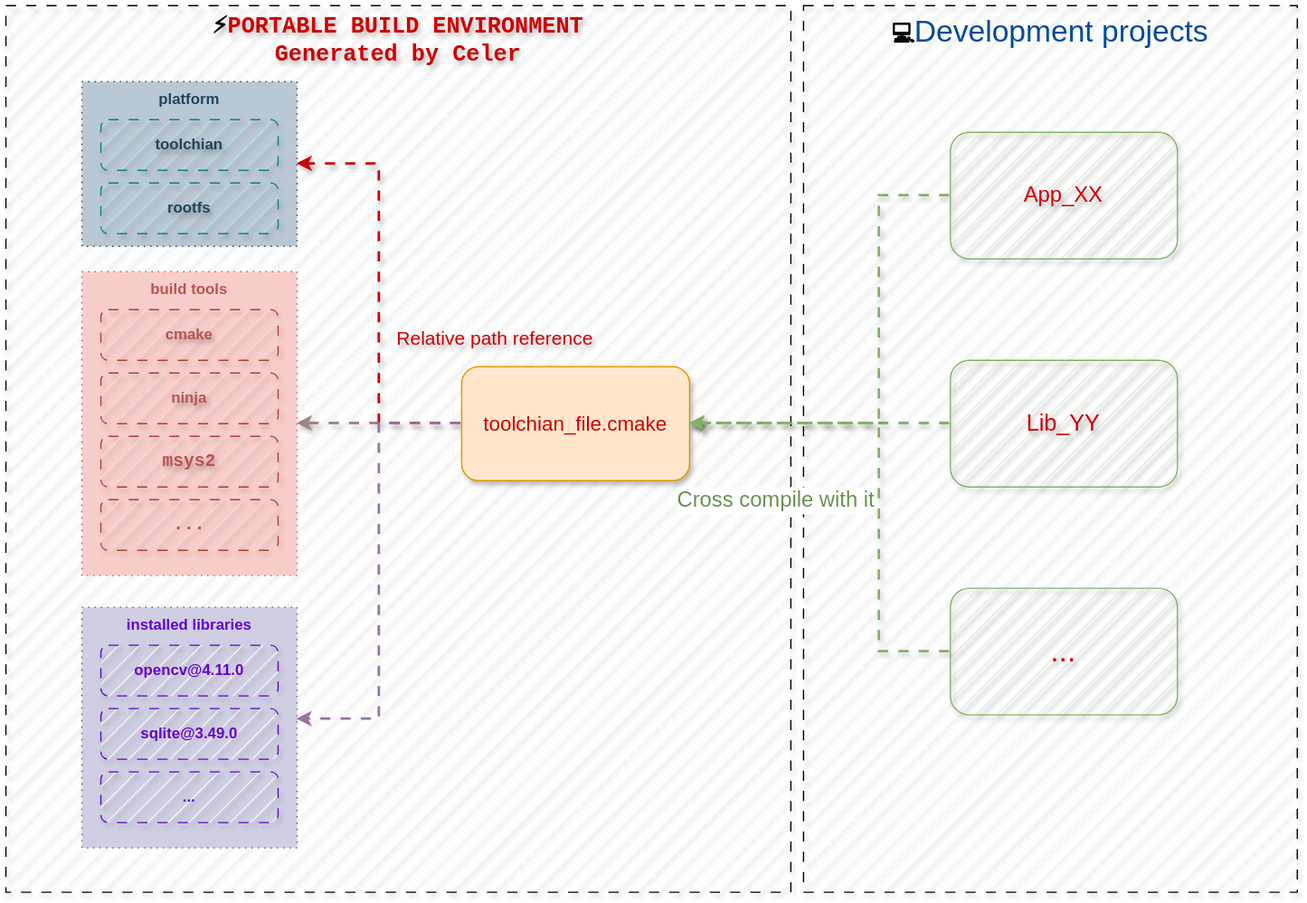
celer-pkg/celer keeps this draw.io diagram as docs/assets/workflow.svg. Above is the earlier version. Source tidied: cells renumbered, new cells last; positions are measured from the earlier drawing's top-left corner, leaving out a move shared by most shapes.
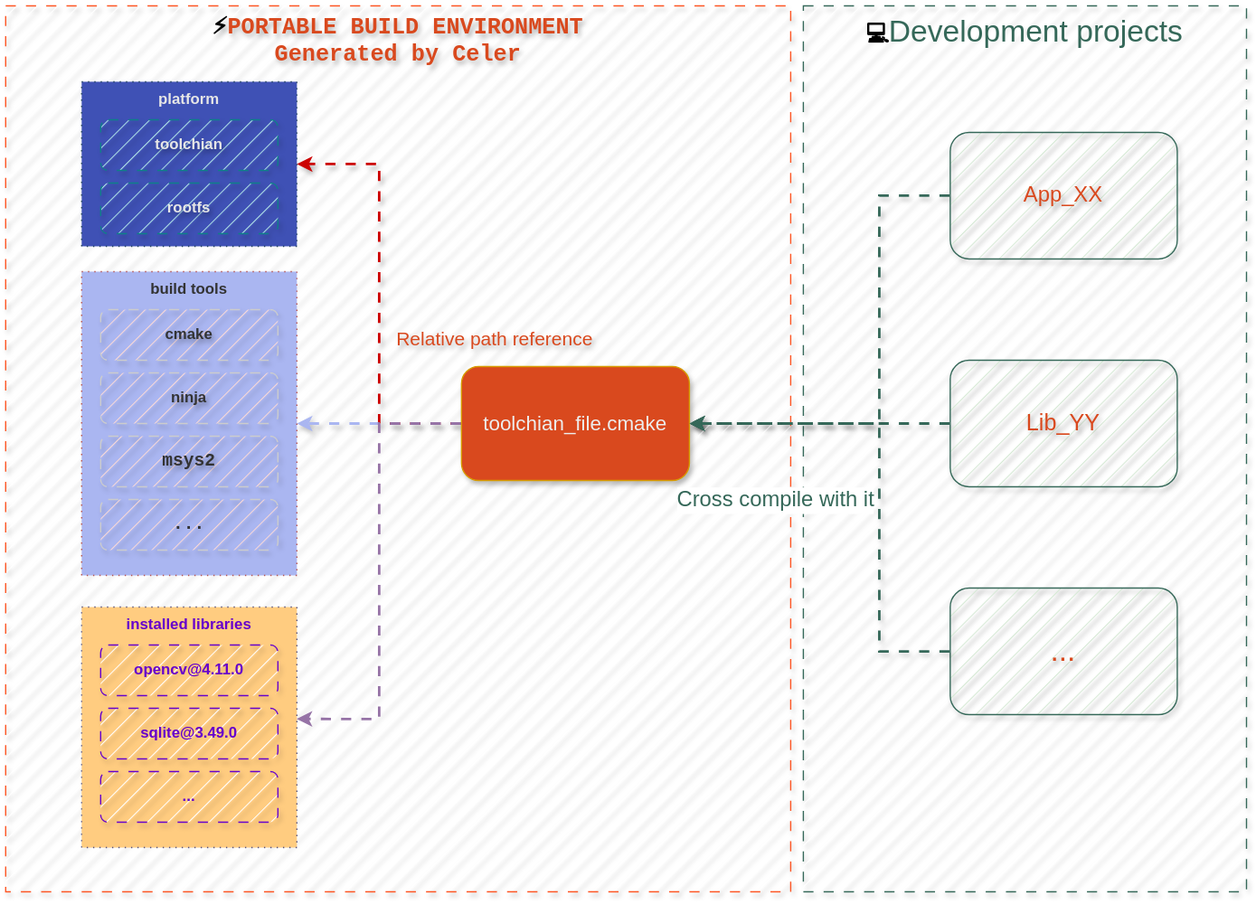
The same file after the commit.

Diff of the diagram source:
```diff
@@ -2,16 +2,16 @@
   <root>
     <mxCell id="0" />
     <mxCell id="1" parent="0" />
-    <mxCell id="2" value="&lt;font style=&quot;color: rgb(0, 76, 153); font-size: 24px;&quot;&gt;&lt;span style=&quot;color: rgb(0, 0, 0); font-family: &amp;quot;Courier New&amp;quot;, monospace; font-size: 18px; font-weight: 700; text-align: start; text-wrap-mode: nowrap;&quot;&gt;💻&lt;/span&gt;Development projects&lt;/font&gt;" style="rounded=0;whiteSpace=wrap;html=1;verticalAlign=top;fontSize=19;dashed=1;dashPattern=8 8;shadow=1;fillStyle=hatch;" parent="1" vertex="1">
-      <mxGeometry x="630" width="390" height="700" as="geometry" />
+    <mxCell id="2" value="&lt;font style=&quot;font-size: 24px;&quot;&gt;&lt;span style=&quot;color: rgb(0, 0, 0); font-family: &amp;quot;Courier New&amp;quot;, monospace; font-size: 18px; font-weight: 700; text-align: start; text-wrap-mode: nowrap;&quot;&gt;💻&lt;/span&gt;&lt;font style=&quot;color: rgb(53, 104, 89);&quot;&gt;Development projects&lt;/font&gt;&lt;/font&gt;" style="rounded=0;whiteSpace=wrap;html=1;verticalAlign=top;fontSize=19;dashed=1;dashPattern=8 8;shadow=1;fillStyle=hatch;strokeColor=#356859;" parent="1" vertex="1">
+      <mxGeometry x="630" width="350" height="700" as="geometry" />
     </mxCell>
-    <mxCell id="3" style="edgeStyle=orthogonalEdgeStyle;rounded=0;jettySize=auto;html=1;entryX=1;entryY=0.5;entryDx=0;entryDy=0;fillColor=#d5e8d4;strokeColor=#82b366;flowAnimation=1;shadow=1;strokeWidth=2;" parent="1" edge="1" source="4" target="12">
+    <mxCell id="3" style="edgeStyle=orthogonalEdgeStyle;rounded=0;jettySize=auto;html=1;entryX=1;entryY=0.5;entryDx=0;entryDy=0;fillColor=#d5e8d4;strokeColor=#356859;flowAnimation=1;shadow=1;strokeWidth=2;" parent="1" edge="1" source="4" target="12">
       <mxGeometry relative="1" as="geometry" />
     </mxCell>
-    <mxCell id="4" value="&lt;font color=&quot;#cc0000&quot; style=&quot;font-size: 18px;&quot;&gt;Lib_YY&lt;/font&gt;" style="rounded=1;whiteSpace=wrap;html=1;shadow=1;textShadow=1;fillColor=#d5e8d4;strokeColor=#82b366;fillStyle=hatch;" parent="1" vertex="1">
+    <mxCell id="4" value="&lt;font style=&quot;font-size: 18px; color: rgb(217, 73, 30);&quot;&gt;Lib_YY&lt;/font&gt;" style="rounded=1;whiteSpace=wrap;html=1;shadow=1;textShadow=1;fillColor=#d5e8d4;strokeColor=#356859;fillStyle=hatch;" parent="1" vertex="1">
       <mxGeometry x="746" y="280" width="179.3" height="100" as="geometry" />
     </mxCell>
-    <mxCell id="5" style="edgeStyle=orthogonalEdgeStyle;rounded=0;jettySize=auto;html=1;entryX=1;entryY=0.5;entryDx=0;entryDy=0;fillColor=#d5e8d4;strokeColor=#82b366;flowAnimation=1;shadow=1;strokeWidth=2;" parent="1" edge="1" source="6" target="12">
+    <mxCell id="5" style="edgeStyle=orthogonalEdgeStyle;rounded=0;jettySize=auto;html=1;entryX=1;entryY=0.5;entryDx=0;entryDy=0;fillColor=#d5e8d4;strokeColor=#356859;flowAnimation=1;shadow=1;strokeWidth=2;" parent="1" edge="1" source="6" target="12">
       <mxGeometry relative="1" as="geometry">
         <Array as="points">
           <mxPoint x="690" y="150" />
@@ -19,39 +19,39 @@
         </Array>
       </mxGeometry>
     </mxCell>
-    <mxCell id="6" value="&lt;font color=&quot;#cc0000&quot; style=&quot;font-size: 17px;&quot;&gt;App_XX&lt;/font&gt;" style="rounded=1;whiteSpace=wrap;html=1;shadow=1;textShadow=1;fillColor=#d5e8d4;strokeColor=#82b366;fillStyle=hatch;" parent="1" vertex="1">
+    <mxCell id="6" value="&lt;font style=&quot;font-size: 17px; color: rgb(217, 73, 30);&quot;&gt;App_XX&lt;/font&gt;" style="rounded=1;whiteSpace=wrap;html=1;shadow=1;textShadow=1;fillColor=#d5e8d4;strokeColor=#356859;fillStyle=hatch;" parent="1" vertex="1">
       <mxGeometry x="746" y="100" width="179.3" height="100" as="geometry" />
     </mxCell>
-    <mxCell id="7" value="&lt;span style=&quot;font-family: &amp;quot;Courier New&amp;quot;, monospace; font-size: 18px; font-weight: 700; text-align: start; text-wrap-mode: nowrap;&quot;&gt;⚡&lt;/span&gt;&lt;span style=&quot;font-family: &amp;quot;Courier New&amp;quot;, monospace; font-size: 18px; font-weight: 700; text-align: start; text-wrap-mode: nowrap;&quot;&gt;&lt;font style=&quot;color: rgb(204, 0, 0);&quot;&gt;PORTABLE BUILD ENVIRONMENT&lt;/font&gt;&lt;/span&gt;&lt;div&gt;&lt;span style=&quot;font-family: &amp;quot;Courier New&amp;quot;, monospace; font-size: 18px; font-weight: 700; text-align: start; text-wrap-mode: nowrap;&quot;&gt;&lt;font style=&quot;color: rgb(204, 0, 0);&quot;&gt;Generated by Celer&lt;/font&gt;&lt;/span&gt;&lt;/div&gt;" style="rounded=0;whiteSpace=wrap;html=1;verticalAlign=top;fontSize=14;labelBackgroundColor=none;textShadow=1;dashed=1;dashPattern=8 8;shadow=1;glass=0;gradientColor=none;fillStyle=hatch;" parent="1" vertex="1">
+    <mxCell id="7" value="&lt;span style=&quot;font-family: &amp;quot;Courier New&amp;quot;, monospace; font-size: 18px; font-weight: 700; text-align: start; text-wrap-mode: nowrap;&quot;&gt;⚡&lt;/span&gt;&lt;span style=&quot;font-family: &amp;quot;Courier New&amp;quot;, monospace; font-size: 18px; font-weight: 700; text-align: start; text-wrap-mode: nowrap;&quot;&gt;&lt;font style=&quot;color: rgb(217, 73, 30);&quot;&gt;PORTABLE BUILD ENVIRONMENT&lt;/font&gt;&lt;/span&gt;&lt;div&gt;&lt;span style=&quot;font-family: &amp;quot;Courier New&amp;quot;, monospace; font-size: 18px; font-weight: 700; text-align: start; text-wrap-mode: nowrap;&quot;&gt;&lt;font style=&quot;color: rgb(217, 73, 30);&quot;&gt;Generated by Celer&lt;/font&gt;&lt;/span&gt;&lt;/div&gt;" style="rounded=0;whiteSpace=wrap;html=1;verticalAlign=top;fontSize=14;labelBackgroundColor=none;textShadow=1;dashed=1;dashPattern=8 8;shadow=1;glass=0;gradientColor=none;fillStyle=hatch;strokeColor=#FD5523;" parent="1" vertex="1">
       <mxGeometry width="620" height="700" as="geometry" />
     </mxCell>
-    <mxCell id="8" value="&lt;font color=&quot;#cc0000&quot; style=&quot;font-size: 24px;&quot;&gt;...&lt;/font&gt;" style="rounded=1;whiteSpace=wrap;html=1;shadow=1;textShadow=1;fillColor=#d5e8d4;strokeColor=#82b366;fillStyle=hatch;" parent="1" vertex="1">
+    <mxCell id="8" value="&lt;font style=&quot;font-size: 24px; color: rgb(217, 73, 30);&quot;&gt;...&lt;/font&gt;" style="rounded=1;whiteSpace=wrap;html=1;shadow=1;textShadow=1;fillColor=#d5e8d4;strokeColor=#356859;fillStyle=hatch;" parent="1" vertex="1">
       <mxGeometry x="746" y="460" width="179.3" height="100" as="geometry" />
     </mxCell>
-    <mxCell id="9" style="edgeStyle=orthogonalEdgeStyle;rounded=0;jettySize=auto;html=1;entryX=1;entryY=0.5;entryDx=0;entryDy=0;strokeColor=#A18584;flowAnimation=1;shadow=1;fillColor=#f8cecc;strokeWidth=2;" parent="1" edge="1" source="12" target="20">
+    <mxCell id="9" style="edgeStyle=orthogonalEdgeStyle;rounded=0;jettySize=auto;html=1;entryX=1;entryY=0.5;entryDx=0;entryDy=0;strokeColor=#AAB6F1;flowAnimation=1;shadow=1;fillColor=#f8cecc;strokeWidth=2;" parent="1" edge="1" source="12" target="20">
       <mxGeometry relative="1" as="geometry" />
     </mxCell>
     <mxCell id="10" style="edgeStyle=orthogonalEdgeStyle;rounded=0;jettySize=auto;html=1;entryX=1;entryY=0.5;entryDx=0;entryDy=0;strokeWidth=2;shadow=1;flowAnimation=1;strokeColor=#CC0000;" parent="1" edge="1" source="12" target="13">
       <mxGeometry relative="1" as="geometry" />
     </mxCell>
-    <mxCell id="11" value="&lt;font style=&quot;color: rgb(204, 0, 0);&quot;&gt;Relative path reference&lt;/font&gt;" style="edgeLabel;html=1;align=center;verticalAlign=middle;labelBackgroundColor=none;fontSize=15;textShadow=1;" parent="10" vertex="1">
+    <mxCell id="11" value="&lt;font style=&quot;color: rgb(217, 73, 30);&quot;&gt;Relative path reference&lt;/font&gt;" style="edgeLabel;html=1;align=center;verticalAlign=middle;labelBackgroundColor=none;fontSize=15;textShadow=1;" parent="10" vertex="1">
       <mxGeometry x="-0.31" y="-3" relative="1" as="geometry">
         <mxPoint x="87" y="-17" as="offset" />
       </mxGeometry>
     </mxCell>
-    <mxCell id="12" value="&lt;font style=&quot;font-size: 16px; color: rgb(204, 0, 0);&quot;&gt;toolchian_file.cmake&lt;/font&gt;" style="rounded=1;whiteSpace=wrap;html=1;fillColor=#ffe6cc;strokeColor=#d79b00;gradientColor=none;shadow=1;" parent="1" vertex="1">
+    <mxCell id="12" value="&lt;font style=&quot;font-size: 16px; color: rgb(237, 237, 237);&quot;&gt;toolchian_file.cmake&lt;/font&gt;" style="rounded=1;whiteSpace=wrap;html=1;fillColor=#D9491E;strokeColor=#d79b00;gradientColor=none;shadow=1;" parent="1" vertex="1">
       <mxGeometry x="360" y="285" width="180" height="90" as="geometry" />
     </mxCell>
-    <mxCell id="13" value="&lt;font style=&quot;color: rgb(35, 68, 93);&quot;&gt;&lt;b&gt;platform&lt;/b&gt;&lt;/font&gt;" style="rounded=0;whiteSpace=wrap;html=1;dashed=1;dashPattern=1 4;verticalAlign=top;fillColor=#bac8d3;strokeColor=#23445d;" parent="1" vertex="1">
+    <mxCell id="13" value="&lt;font style=&quot;color: rgb(230, 230, 230);&quot;&gt;&lt;b style=&quot;&quot;&gt;platform&lt;/b&gt;&lt;/font&gt;" style="rounded=0;whiteSpace=wrap;html=1;dashed=1;dashPattern=1 4;verticalAlign=top;fillColor=#3F51B5;strokeColor=#23445d;" parent="1" vertex="1">
       <mxGeometry x="60" y="60" width="170" height="130" as="geometry" />
     </mxCell>
-    <mxCell id="14" value="&lt;font style=&quot;color: rgb(35, 68, 93);&quot;&gt;&lt;b&gt;toolchian&lt;/b&gt;&lt;/font&gt;" style="rounded=1;whiteSpace=wrap;html=1;shadow=1;textShadow=1;fillStyle=hatch;dashed=1;dashPattern=8 8;fillColor=#b0e3e6;strokeColor=#0e8088;" parent="1" vertex="1">
+    <mxCell id="14" value="&lt;font style=&quot;color: rgb(230, 230, 230);&quot;&gt;&lt;b style=&quot;&quot;&gt;toolchian&lt;/b&gt;&lt;/font&gt;" style="rounded=1;whiteSpace=wrap;html=1;shadow=1;textShadow=1;fillStyle=hatch;dashed=1;dashPattern=8 8;fillColor=#b0e3e6;strokeColor=#0e8088;" parent="1" vertex="1">
       <mxGeometry x="75" y="90" width="140" height="40" as="geometry" />
     </mxCell>
-    <mxCell id="15" value="&lt;font style=&quot;color: rgb(35, 68, 93);&quot;&gt;&lt;b&gt;rootfs&lt;/b&gt;&lt;/font&gt;" style="rounded=1;whiteSpace=wrap;html=1;shadow=1;textShadow=1;fillStyle=hatch;dashed=1;dashPattern=8 8;fillColor=#b0e3e6;strokeColor=#0e8088;" parent="1" vertex="1">
+    <mxCell id="15" value="&lt;font style=&quot;color: rgb(230, 230, 230);&quot;&gt;&lt;b style=&quot;&quot;&gt;rootfs&lt;/b&gt;&lt;/font&gt;" style="rounded=1;whiteSpace=wrap;html=1;shadow=1;textShadow=1;fillStyle=hatch;dashed=1;dashPattern=8 8;fillColor=#b0e3e6;strokeColor=#0e8088;" parent="1" vertex="1">
       <mxGeometry x="75" y="140" width="140" height="40" as="geometry" />
     </mxCell>
-    <mxCell id="16" value="&lt;font style=&quot;color: rgb(102, 0, 204);&quot;&gt;&lt;b&gt;installed libraries&lt;/b&gt;&lt;/font&gt;" style="rounded=0;whiteSpace=wrap;html=1;verticalAlign=top;dashed=1;dashPattern=1 4;fillColor=#d0cee2;strokeColor=#56517e;" parent="1" vertex="1">
+    <mxCell id="16" value="&lt;font style=&quot;color: rgb(102, 0, 204);&quot;&gt;&lt;b&gt;installed libraries&lt;/b&gt;&lt;/font&gt;" style="rounded=0;whiteSpace=wrap;html=1;verticalAlign=top;dashed=1;dashPattern=1 4;fillColor=#FFCC80;strokeColor=#56517e;" parent="1" vertex="1">
       <mxGeometry x="60" y="475" width="170" height="190" as="geometry" />
     </mxCell>
     <mxCell id="17" value="&lt;font style=&quot;color: rgb(102, 0, 204);&quot;&gt;&lt;b style=&quot;&quot;&gt;opencv@4.11.0&lt;/b&gt;&lt;/font&gt;" style="rounded=1;whiteSpace=wrap;html=1;shadow=1;fillStyle=hatch;dashed=1;dashPattern=8 8;strokeColor=#6600CC;" parent="1" vertex="1">
@@ -63,22 +63,22 @@
     <mxCell id="19" value="&lt;font style=&quot;color: rgb(102, 0, 204);&quot;&gt;&lt;b style=&quot;&quot;&gt;...&lt;/b&gt;&lt;/font&gt;" style="rounded=1;whiteSpace=wrap;html=1;shadow=1;fillStyle=hatch;dashed=1;dashPattern=8 8;strokeColor=#6600CC;" parent="1" vertex="1">
       <mxGeometry x="75" y="605" width="140" height="40" as="geometry" />
     </mxCell>
-    <mxCell id="20" value="&lt;font style=&quot;color: rgb(184, 84, 80);&quot;&gt;&lt;b&gt;build tools&lt;/b&gt;&lt;/font&gt;" style="rounded=0;whiteSpace=wrap;html=1;verticalAlign=top;dashed=1;dashPattern=1 4;fillColor=#f8cecc;strokeColor=#b85450;" parent="1" vertex="1">
+    <mxCell id="20" value="&lt;font style=&quot;color: rgb(51, 51, 51);&quot;&gt;&lt;b style=&quot;&quot;&gt;build tools&lt;/b&gt;&lt;/font&gt;" style="rounded=0;whiteSpace=wrap;html=1;verticalAlign=top;dashed=1;dashPattern=1 4;fillColor=#AAB6F1;strokeColor=#b85450;" parent="1" vertex="1">
       <mxGeometry x="60" y="210" width="170" height="240" as="geometry" />
     </mxCell>
-    <mxCell id="21" value="&lt;font style=&quot;color: rgb(184, 84, 80);&quot;&gt;&lt;b&gt;cmake&lt;/b&gt;&lt;/font&gt;" style="rounded=1;whiteSpace=wrap;html=1;shadow=1;textShadow=1;fillStyle=hatch;dashed=1;dashPattern=8 8;fillColor=#fad9d5;strokeColor=#ae4132;" parent="1" vertex="1">
+    <mxCell id="21" value="&lt;font style=&quot;color: rgb(51, 51, 51);&quot;&gt;&lt;b style=&quot;&quot;&gt;cmake&lt;/b&gt;&lt;/font&gt;" style="rounded=1;whiteSpace=wrap;html=1;shadow=1;textShadow=1;fillStyle=hatch;dashed=1;dashPattern=8 8;fillColor=#fad9d5;strokeColor=#CCCCCC;" parent="1" vertex="1">
       <mxGeometry x="75" y="240" width="140" height="40" as="geometry" />
     </mxCell>
-    <mxCell id="22" value="&lt;font style=&quot;color: rgb(184, 84, 80);&quot;&gt;&lt;b&gt;ninja&lt;/b&gt;&lt;/font&gt;" style="rounded=1;whiteSpace=wrap;html=1;shadow=1;textShadow=1;fillStyle=hatch;dashed=1;dashPattern=8 8;fillColor=#fad9d5;strokeColor=#ae4132;" parent="1" vertex="1">
+    <mxCell id="22" value="&lt;font style=&quot;color: rgb(51, 51, 51);&quot;&gt;&lt;b style=&quot;&quot;&gt;ninja&lt;/b&gt;&lt;/font&gt;" style="rounded=1;whiteSpace=wrap;html=1;shadow=1;textShadow=1;fillStyle=hatch;dashed=1;dashPattern=8 8;fillColor=#fad9d5;strokeColor=#CCCCCC;" parent="1" vertex="1">
       <mxGeometry x="75" y="290" width="140" height="40" as="geometry" />
     </mxCell>
-    <mxCell id="23" value="&lt;div style=&quot;font-family: Consolas, &amp;quot;Courier New&amp;quot;, monospace; font-size: 14px; line-height: 19px; white-space: pre;&quot;&gt;&lt;span&gt;&lt;font style=&quot;color: rgb(184, 84, 80);&quot;&gt;&lt;b&gt;msys2&lt;/b&gt;&lt;/font&gt;&lt;/span&gt;&lt;/div&gt;" style="rounded=1;whiteSpace=wrap;html=1;shadow=1;textShadow=1;fillStyle=hatch;dashed=1;dashPattern=8 8;fillColor=#fad9d5;strokeColor=#ae4132;" parent="1" vertex="1">
+    <mxCell id="23" value="&lt;div style=&quot;font-family: Consolas, &amp;quot;Courier New&amp;quot;, monospace; font-size: 14px; line-height: 19px; white-space: pre;&quot;&gt;&lt;span&gt;&lt;font style=&quot;color: rgb(51, 51, 51);&quot;&gt;&lt;b style=&quot;&quot;&gt;msys2&lt;/b&gt;&lt;/font&gt;&lt;/span&gt;&lt;/div&gt;" style="rounded=1;whiteSpace=wrap;html=1;shadow=1;textShadow=1;fillStyle=hatch;dashed=1;dashPattern=8 8;fillColor=#fad9d5;strokeColor=#CCCCCC;" parent="1" vertex="1">
       <mxGeometry x="75" y="340" width="140" height="40" as="geometry" />
     </mxCell>
-    <mxCell id="24" value="&lt;div style=&quot;font-family: Consolas, &amp;quot;Courier New&amp;quot;, monospace; font-size: 14px; line-height: 19px; white-space: pre;&quot;&gt;&lt;font style=&quot;color: rgb(184, 84, 80);&quot;&gt;&lt;b&gt;...&lt;/b&gt;&lt;/font&gt;&lt;/div&gt;" style="rounded=1;whiteSpace=wrap;html=1;shadow=1;fillStyle=hatch;dashed=1;dashPattern=8 8;fillColor=#fad9d5;strokeColor=#ae4132;" parent="1" vertex="1">
+    <mxCell id="24" value="&lt;div style=&quot;font-family: Consolas, &amp;quot;Courier New&amp;quot;, monospace; font-size: 14px; line-height: 19px; white-space: pre;&quot;&gt;&lt;font style=&quot;color: rgb(51, 51, 51);&quot;&gt;&lt;b style=&quot;&quot;&gt;...&lt;/b&gt;&lt;/font&gt;&lt;/div&gt;" style="rounded=1;whiteSpace=wrap;html=1;shadow=1;fillStyle=hatch;dashed=1;dashPattern=8 8;fillColor=#fad9d5;strokeColor=#CCCCCC;" parent="1" vertex="1">
       <mxGeometry x="75" y="390" width="140" height="40" as="geometry" />
     </mxCell>
-    <mxCell id="25" style="edgeStyle=orthogonalEdgeStyle;rounded=0;jettySize=auto;html=1;entryX=1;entryY=0.5;entryDx=0;entryDy=0;fillColor=#d5e8d4;strokeColor=#82b366;shadow=1;flowAnimation=1;strokeWidth=2;" parent="1" edge="1" source="8" target="12">
+    <mxCell id="25" style="edgeStyle=orthogonalEdgeStyle;rounded=0;jettySize=auto;html=1;entryX=1;entryY=0.5;entryDx=0;entryDy=0;fillColor=#d5e8d4;strokeColor=#356859;shadow=1;flowAnimation=1;strokeWidth=2;" parent="1" edge="1" source="8" target="12">
       <mxGeometry relative="1" as="geometry">
         <Array as="points">
           <mxPoint x="690" y="510" />
@@ -86,7 +86,7 @@
         </Array>
       </mxGeometry>
     </mxCell>
-    <mxCell id="26" value="&lt;font style=&quot;color: rgb(106, 145, 83);&quot;&gt;Cross compile with it&lt;/font&gt;" style="edgeLabel;html=1;align=center;verticalAlign=middle;fontSize=17;" parent="25" vertex="1">
+    <mxCell id="26" value="&lt;font style=&quot;color: rgb(53, 104, 89);&quot;&gt;Cross compile with it&lt;/font&gt;" style="edgeLabel;html=1;align=center;verticalAlign=middle;fontSize=17;" parent="25" vertex="1">
       <mxGeometry x="0.66" y="2" relative="1" as="geometry">
         <mxPoint x="1" y="58" as="offset" />
       </mxGeometry>
```
